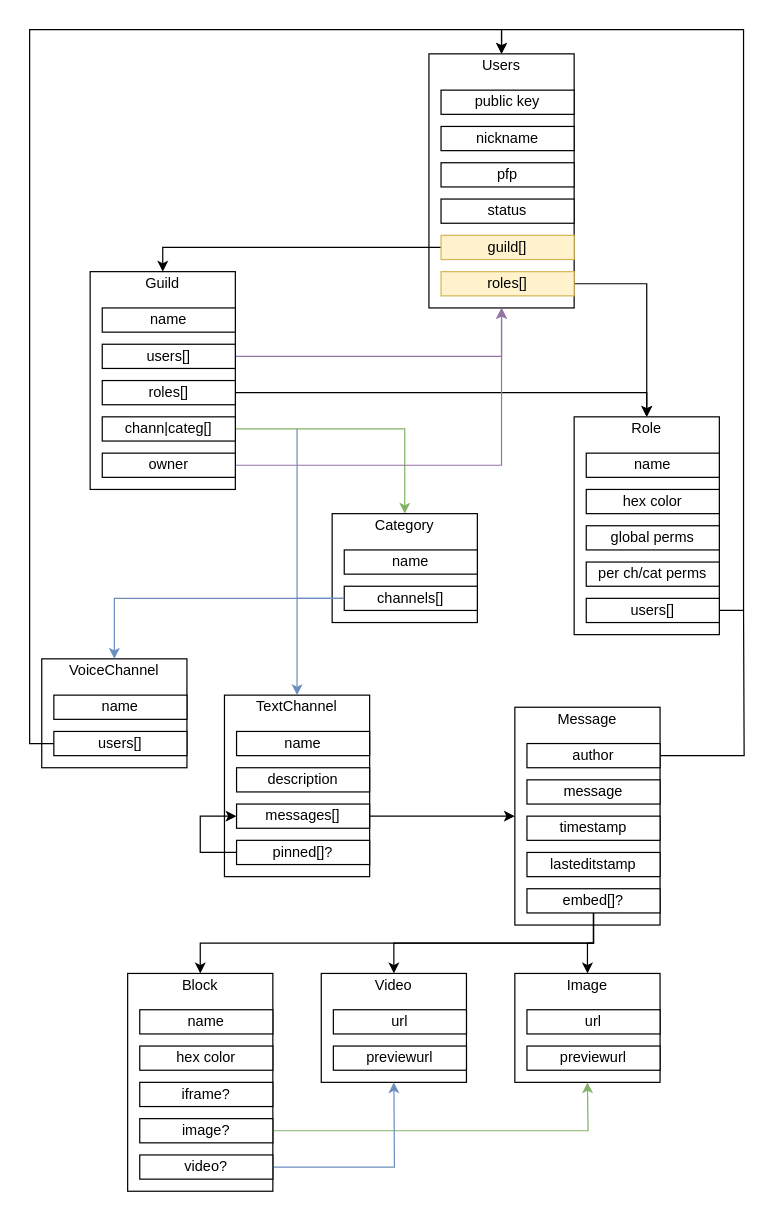
This is docs/db.drawio from rndtrash/datcord-backend, a draw.io file, before an edit. Source tidied: cells renumbered, new cells numbered last; positions are measured from the earlier drawing's top-left corner, leaving out a move shared by most shapes. Both pictures are drawn from the tidied source at 121%, with x=0, y=0 at pixel (41, 53).
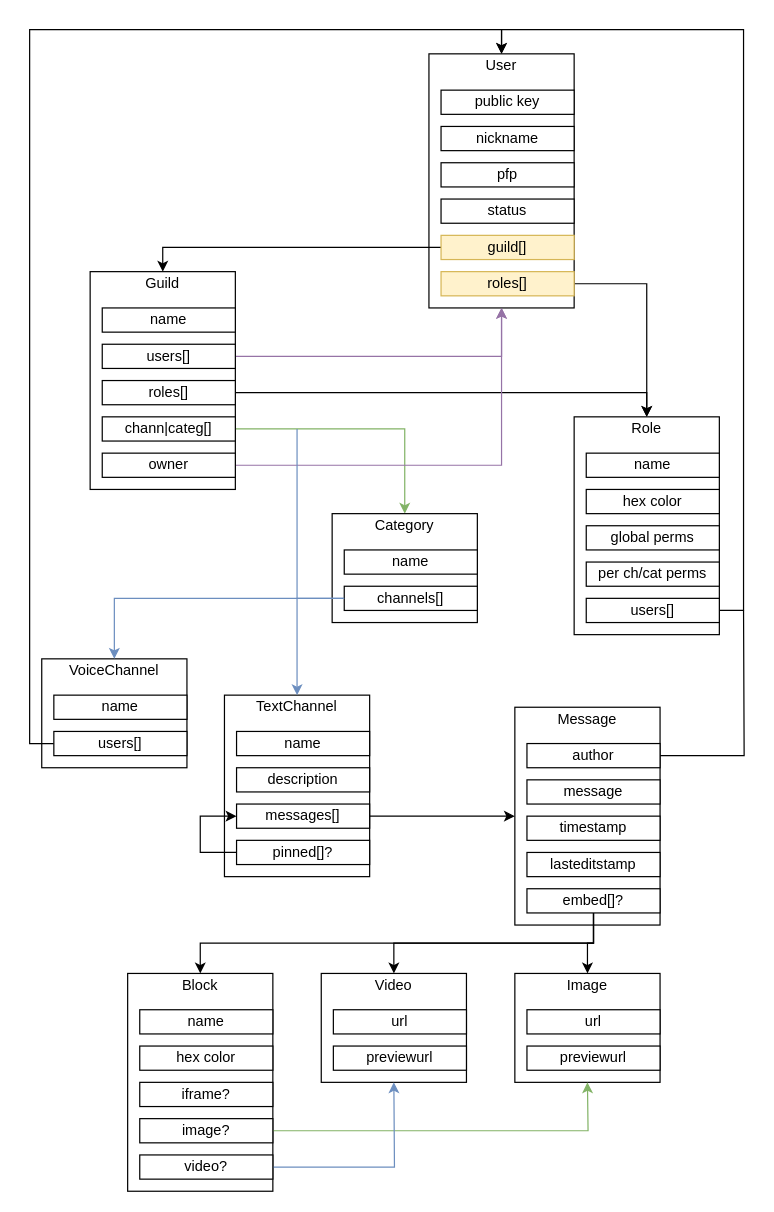
The same page after the edit.

Commit message (it also covers changes not shown here):
Create user profile for each newcomer

What changed in the source:
```diff
@@
-    <mxCell id="8" value="Users" style="text;html=1;strokeColor=none;fillColor=none;align=center;verticalAlign=middle;whiteSpace=wrap;rounded=0;" parent="1" vertex="1">
+    <mxCell id="8" value="User" style="text;html=1;strokeColor=none;fillColor=none;align=center;verticalAlign=middle;whiteSpace=wrap;rounded=0;" parent="1" vertex="1">
       <mxGeometry x="320" width="120" height="20" as="geometry" />
     </mxCell>
```
